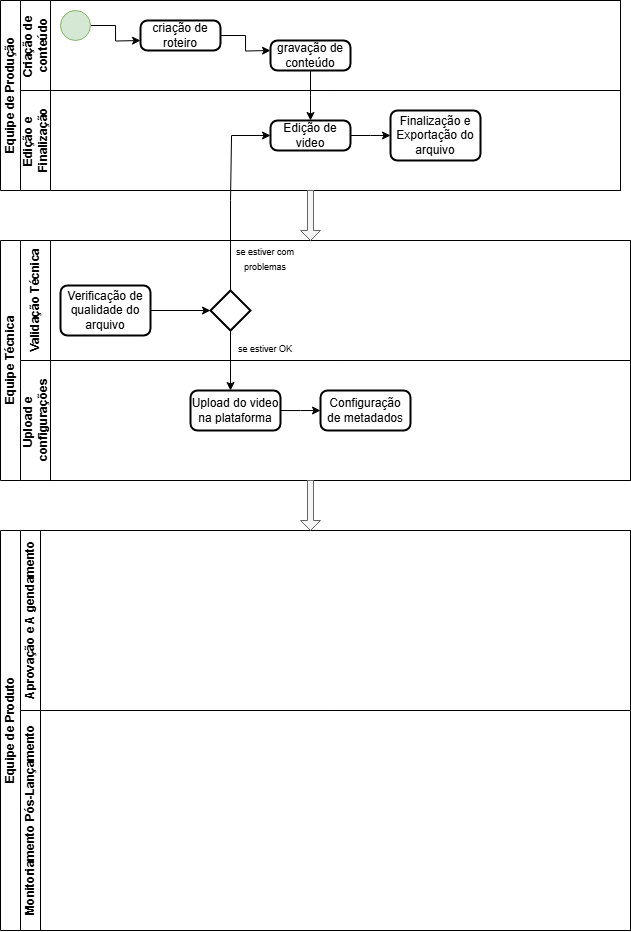
This is Diagrama 2.0.drawio.png from Andynlx01/fluxograma.aprensa-o, a draw.io export, as it was before one commit. Source tidied: cells renumbered, new cells last; positions are measured from the earlier drawing's top-left corner, leaving out a move shared by most shapes.
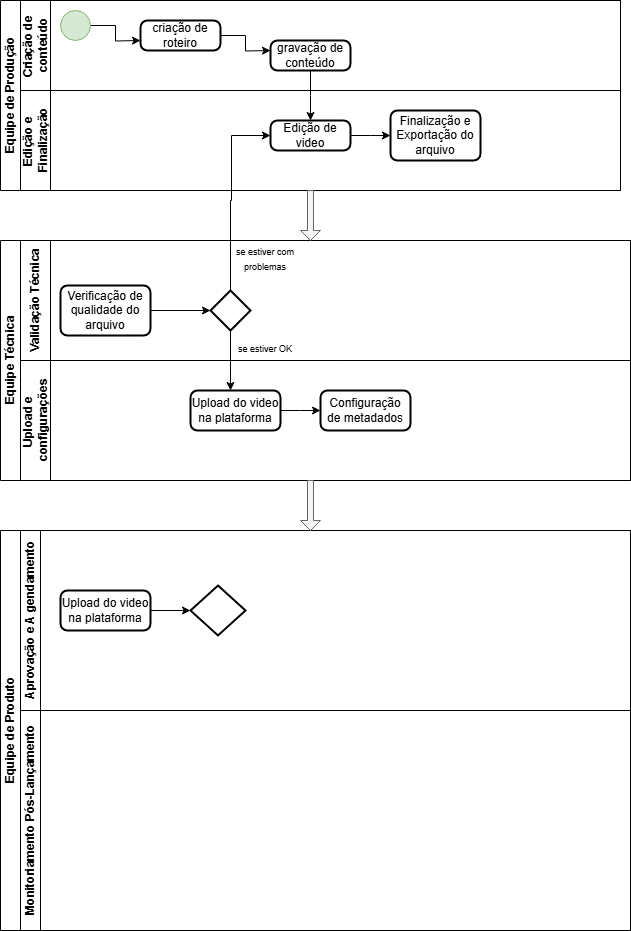
The same file after the commit.

Change to the diagram source:
```diff
@@ -92,6 +92,15 @@
     <mxCell id="27" value="Aprovação e A gendamento" style="swimlane;startSize=20;horizontal=0;html=1;" parent="26" vertex="1">
       <mxGeometry x="20" width="610" height="180" as="geometry" />
     </mxCell>
+    <mxCell id="32" value="Upload do video na plataforma" style="rounded=1;whiteSpace=wrap;html=1;absoluteArcSize=1;arcSize=14;strokeWidth=2;" parent="27" vertex="1">
+      <mxGeometry x="40" y="60" width="90" height="40" as="geometry" />
+    </mxCell>
+    <mxCell id="33" style="strokeWidth=2;html=1;shape=mxgraph.flowchart.decision;whiteSpace=wrap;" parent="27" vertex="1">
+      <mxGeometry x="170" y="55" width="55" height="50" as="geometry" />
+    </mxCell>
+    <mxCell id="34" style="edgeStyle=orthogonalEdgeStyle;rounded=0;jettySize=auto;html=1;" parent="27" edge="1" source="32" target="33">
+      <mxGeometry relative="1" as="geometry" />
+    </mxCell>
     <mxCell id="28" value="Monitoriamento Pós-Lançamento" style="swimlane;startSize=20;horizontal=0;html=1;" parent="26" vertex="1">
       <mxGeometry x="20" y="180" width="610" height="220" as="geometry" />
     </mxCell>
```
